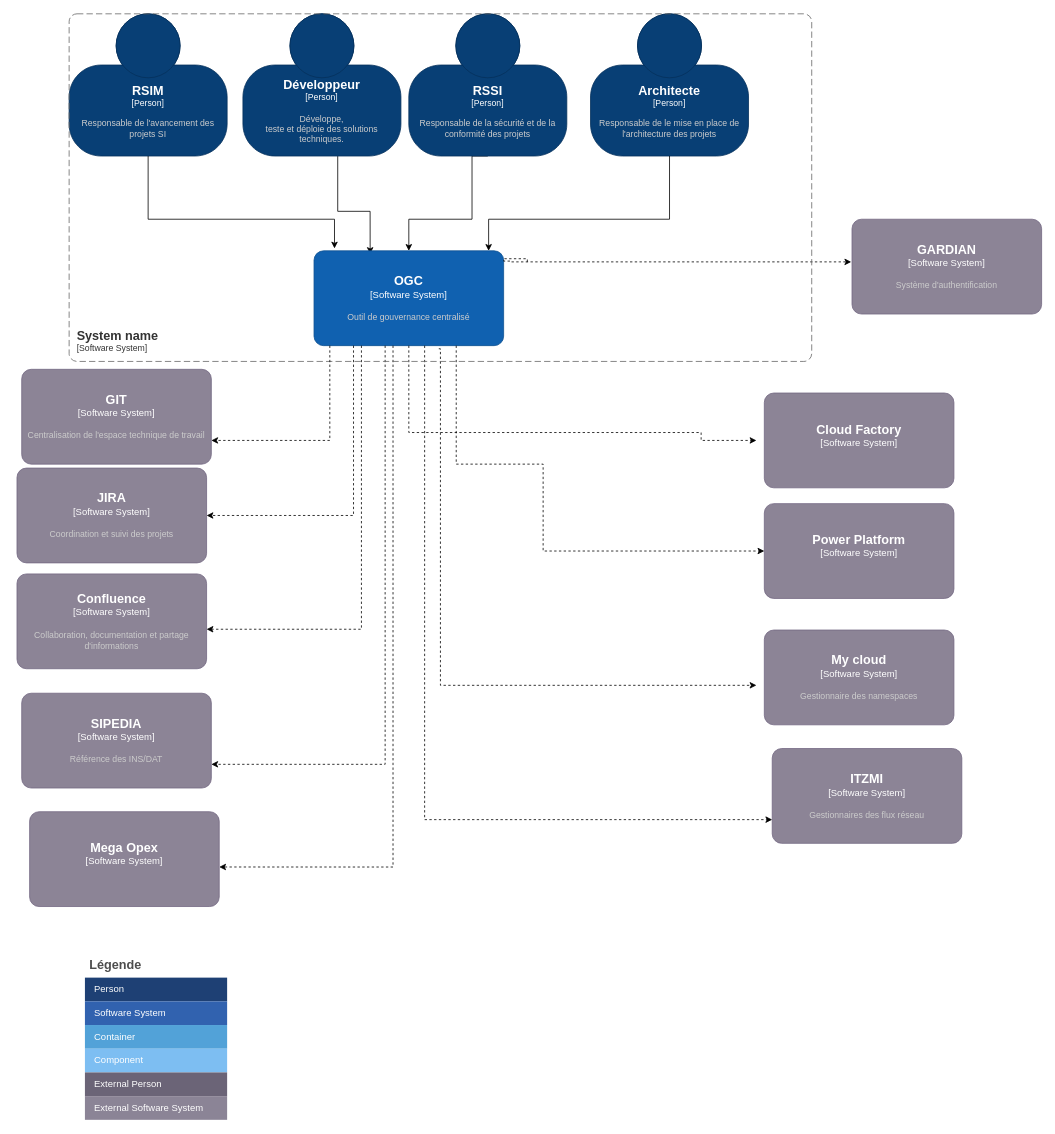
marwaSahli/c4-diagrams keeps this draw.io diagram as page "context" (2 of 3) of containers-diagram.drawio. Above is the earlier version. Source tidied: cells renumbered, new cells numbered last; positions are measured from the earlier drawing's top-left corner, leaving out a move shared by most shapes. Both pictures are drawn from the tidied source at 79%, with x=0, y=0 at pixel (17, 13).
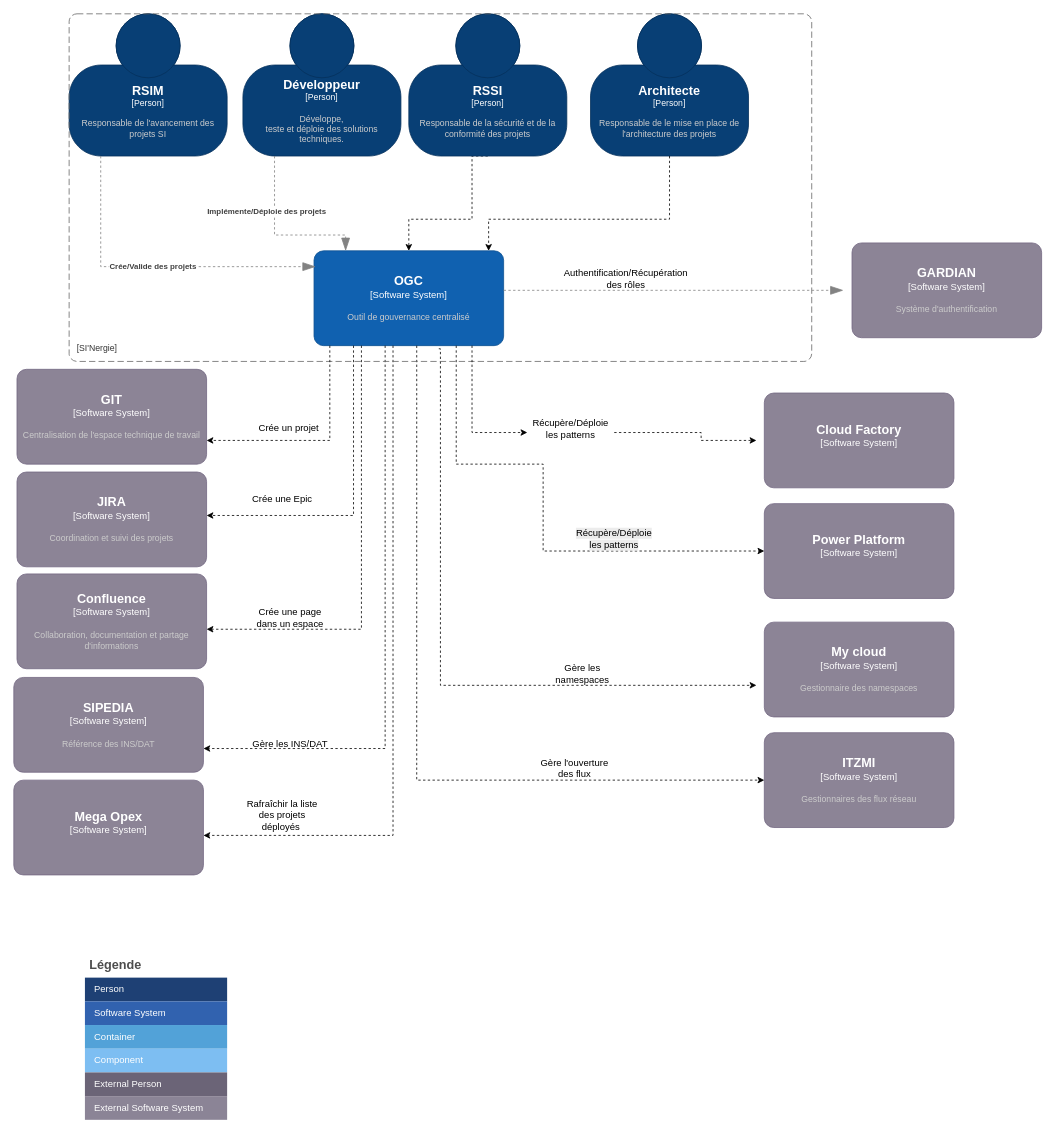
The same diagram, later.

The change refers to these unchanged cells:
```xml
<object id="2" label="&lt;font style=&quot;font-size: 16px&quot;&gt;&lt;b&gt;%c4Name%&lt;/b&gt;&lt;/font&gt;&lt;div&gt;[%c4Type%]&lt;/div&gt;&lt;br&gt;&lt;div&gt;&lt;font style=&quot;font-size: 11px&quot;&gt;&lt;font color=&quot;#cccccc&quot;&gt;%c4Description%&lt;/font&gt;&lt;/div&gt;" c4Description="Responsable de l'avancement des projets SI" c4Name="RSIM " c4Type="Person" placeholders="1">
  <mxCell style="html=1;fontSize=11;dashed=0;whiteSpace=wrap;fillColor=#083F75;strokeColor=#06315C;fontColor=#ffffff;shape=mxgraph.c4.person2;align=center;points=[[0.5,0,0],[1,0.5,0],[1,0.75,0],[0.75,1,0],[0.5,1,0],[0.25,1,0],[0,0.75,0],[0,0.5,0]];" parent="1" vertex="1">
    <mxGeometry x="66" width="200" height="180" as="geometry" />
  </mxCell>
</object>
<object id="4" label="&lt;font style=&quot;font-size: 16px&quot;&gt;&lt;b&gt;%c4Name%&lt;/b&gt;&lt;/font&gt;&lt;div&gt;[%c4Type%]&lt;/div&gt;&lt;br&gt;&lt;div&gt;&lt;font style=&quot;font-size: 11px&quot;&gt;&lt;font color=&quot;#cccccc&quot;&gt;%c4Description%&lt;/font&gt;&lt;/div&gt;" c4Description="Développe, &#10;teste et déploie des solutions techniques." c4Name="Développeur" c4Type="Person" placeholders="1">
  <mxCell style="html=1;fontSize=11;dashed=0;whiteSpace=wrap;fillColor=#083F75;strokeColor=#06315C;fontColor=#ffffff;shape=mxgraph.c4.person2;align=center;points=[[0.5,0,0],[1,0.5,0],[1,0.75,0],[0.75,1,0],[0.5,1,0],[0.25,1,0],[0,0.75,0],[0,0.5,0]];" parent="1" vertex="1">
    <mxGeometry x="286" width="200" height="180" as="geometry" />
  </mxCell>
</object>
<object id="6" label="&lt;font style=&quot;font-size: 16px&quot;&gt;&lt;b&gt;%c4Name%&lt;/b&gt;&lt;/font&gt;&lt;div&gt;[%c4Type%]&lt;/div&gt;&lt;br&gt;&lt;div&gt;&lt;font style=&quot;font-size: 11px&quot;&gt;&lt;font color=&quot;#cccccc&quot;&gt;%c4Description%&lt;/font&gt;&lt;/div&gt;" c4Description="Responsable de la sécurité et de la conformité des projets" c4Name="RSSI" c4Type="Person" placeholders="1">
  <mxCell style="html=1;fontSize=11;dashed=0;whiteSpace=wrap;fillColor=#083F75;strokeColor=#06315C;fontColor=#ffffff;shape=mxgraph.c4.person2;align=center;points=[[0.5,0,0],[1,0.5,0],[1,0.75,0],[0.75,1,0],[0.5,1,0],[0.25,1,0],[0,0.75,0],[0,0.5,0]];" parent="1" vertex="1">
    <mxGeometry x="496" width="200" height="180" as="geometry" />
  </mxCell>
</object>
<object id="7" label="&lt;font style=&quot;font-size: 16px&quot;&gt;&lt;b&gt;%c4Name%&lt;/b&gt;&lt;/font&gt;&lt;div&gt;[%c4Type%]&lt;/div&gt;&lt;br&gt;&lt;div&gt;&lt;font style=&quot;font-size: 11px&quot;&gt;&lt;font color=&quot;#cccccc&quot;&gt;%c4Description%&lt;/font&gt;&lt;/div&gt;" c4Description="Responsable de le mise en place de l'architecture des projets" c4Name="Architecte" c4Type="Person" placeholders="1">
  <mxCell style="html=1;fontSize=11;dashed=0;whiteSpace=wrap;fillColor=#083F75;strokeColor=#06315C;fontColor=#ffffff;shape=mxgraph.c4.person2;align=center;points=[[0.5,0,0],[1,0.5,0],[1,0.75,0],[0.75,1,0],[0.5,1,0],[0.25,1,0],[0,0.75,0],[0,0.5,0]];" parent="1" vertex="1">
    <mxGeometry x="726" width="200" height="180" as="geometry" />
  </mxCell>
</object>
<object id="9" label="&lt;font style=&quot;font-size: 16px&quot;&gt;&lt;b&gt;%c4Name%&lt;/b&gt;&lt;/font&gt;&lt;div&gt;[%c4Type%]&lt;/div&gt;&lt;br&gt;&lt;div&gt;&lt;font style=&quot;font-size: 11px&quot;&gt;&lt;font color=&quot;#cccccc&quot;&gt;%c4Description%&lt;/font&gt;&lt;/div&gt;" c4Description="Outil de gouvernance centralisé" c4Name="OGC" c4Type="Software System" placeholders="1">
  <mxCell style="rounded=1;whiteSpace=wrap;html=1;labelBackgroundColor=none;fillColor=#1061B0;fontColor=#ffffff;align=center;arcSize=10;strokeColor=#0D5091;points=[[0.25,0,0],[0.5,0,0],[0.75,0,0],[1,0.25,0],[1,0.5,0],[1,0.75,0],[0.75,1,0],[0.5,1,0],[0.25,1,0],[0,0.75,0],[0,0.5,0],[0,0.25,0]];" parent="1" vertex="1">
    <mxGeometry x="376" y="300" width="240" height="120" as="geometry" />
  </mxCell>
</object>
```

What changed in the source:
```diff
@@
-    <mxCell id="3" style="edgeStyle=orthogonalEdgeStyle;rounded=0;jettySize=auto;html=1;entryX=0.296;entryY=0.033;entryDx=0;entryDy=0;entryPerimeter=0;" parent="1" edge="1" source="4" target="9">
-      <mxGeometry relative="1" as="geometry">
-        <Array as="points">
-          <mxPoint x="406" y="250" />
-          <mxPoint x="447" y="250" />
-        </Array>
-      </mxGeometry>
-    </mxCell>
@@
-    <mxCell id="5" style="edgeStyle=orthogonalEdgeStyle;rounded=0;jettySize=auto;html=1;exitX=0.5;exitY=1;exitDx=0;exitDy=0;exitPerimeter=0;" parent="1" edge="1" source="6" target="9">
+    <mxCell id="5" style="edgeStyle=orthogonalEdgeStyle;rounded=0;jettySize=auto;html=1;exitX=0.5;exitY=1;exitDx=0;exitDy=0;exitPerimeter=0;dashed=1;" parent="1" edge="1" source="6" target="9">
       <mxGeometry relative="1" as="geometry">
         <Array as="points">
           <mxPoint x="576" y="180" />
           <mxPoint x="576" y="260" />
           <mxPoint x="496" y="260" />
         </Array>
       </mxGeometry>
     </mxCell>
@@
     <object id="10" label="&lt;font style=&quot;font-size: 16px&quot;&gt;&lt;b&gt;%c4Name%&lt;/b&gt;&lt;/font&gt;&lt;div&gt;[%c4Type%]&lt;/div&gt;&lt;br&gt;&lt;div&gt;&lt;font style=&quot;font-size: 11px&quot;&gt;&lt;font color=&quot;#cccccc&quot;&gt;%c4Description%&lt;/font&gt;&lt;/div&gt;" c4Description="Système d'authentification" c4Name="GARDIAN" c4Type="Software System" placeholders="1">
       <mxCell style="rounded=1;whiteSpace=wrap;html=1;labelBackgroundColor=none;fillColor=#8C8496;fontColor=#ffffff;align=center;arcSize=10;strokeColor=#736782;" parent="1" vertex="1">
-        <mxGeometry x="1057" y="260" width="240" height="120" as="geometry" />
+        <mxGeometry x="1057" y="290" width="240" height="120" as="geometry" />
       </mxCell>
     </object>
     <object id="11" label="&lt;font style=&quot;font-size: 16px&quot;&gt;&lt;b&gt;%c4Name%&lt;/b&gt;&lt;/font&gt;&lt;div&gt;[%c4Type%]&lt;/div&gt;&lt;br&gt;&lt;div&gt;&lt;font style=&quot;font-size: 11px&quot;&gt;&lt;font color=&quot;#cccccc&quot;&gt;%c4Description%&lt;/font&gt;&lt;/div&gt;" c4Description="Centralisation de l'espace technique de travail" c4Name="GIT" c4Type="Software System" placeholders="1">
       <mxCell style="rounded=1;whiteSpace=wrap;html=1;labelBackgroundColor=none;fillColor=#8C8496;fontColor=#ffffff;align=center;arcSize=10;strokeColor=#736782;points=[[0.25,0,0],[0.5,0,0],[0.75,0,0],[1,0.25,0],[1,0.5,0],[1,0.75,0],[0.75,1,0],[0.5,1,0],[0.25,1,0],[0,0.75,0],[0,0.5,0],[0,0.25,0]];" parent="1" vertex="1">
-        <mxGeometry x="6" y="450" width="240" height="120" as="geometry" />
+        <mxGeometry y="450" width="240" height="120" as="geometry" />
       </mxCell>
     </object>
     <object id="12" label="&lt;font style=&quot;font-size: 16px&quot;&gt;&lt;b&gt;%c4Name%&lt;/b&gt;&lt;/font&gt;&lt;div&gt;[%c4Type%]&lt;/div&gt;&lt;br&gt;&lt;div&gt;&lt;font style=&quot;font-size: 11px&quot;&gt;&lt;font color=&quot;#cccccc&quot;&gt;%c4Description%&lt;/font&gt;&lt;/div&gt;" c4Description="Coordination et suivi des projets" c4Name="JIRA" c4Type="Software System" placeholders="1">
       <mxCell style="rounded=1;whiteSpace=wrap;html=1;labelBackgroundColor=none;fillColor=#8C8496;fontColor=#ffffff;align=center;arcSize=10;strokeColor=#736782;points=[[0.25,0,0],[0.5,0,0],[0.75,0,0],[1,0.25,0],[1,0.5,0],[1,0.75,0],[0.75,1,0],[0.5,1,0],[0.25,1,0],[0,0.75,0],[0,0.5,0],[0,0.25,0]];" parent="1" vertex="1">
-        <mxGeometry y="575" width="240" height="120" as="geometry" />
+        <mxGeometry y="580" width="240" height="120" as="geometry" />
       </mxCell>
     </object>
@@
     <object id="14" label="&lt;font style=&quot;font-size: 16px&quot;&gt;&lt;b&gt;%c4Name%&lt;/b&gt;&lt;/font&gt;&lt;div&gt;[%c4Type%]&lt;/div&gt;&lt;br&gt;&lt;div&gt;&lt;font style=&quot;font-size: 11px&quot;&gt;&lt;font color=&quot;#cccccc&quot;&gt;%c4Description%&lt;/font&gt;&lt;/div&gt;" c4Description="Gestionnaire des namespaces" c4Name="My cloud" c4Type="Software System" placeholders="1">
       <mxCell style="rounded=1;whiteSpace=wrap;html=1;labelBackgroundColor=none;fillColor=#8C8496;fontColor=#ffffff;align=center;arcSize=10;strokeColor=#736782;" parent="1" vertex="1">
-        <mxGeometry x="946" y="780" width="240" height="120" as="geometry" />
+        <mxGeometry x="946" y="770" width="240" height="120" as="geometry" />
       </mxCell>
     </object>
@@
     <object id="17" label="&lt;font style=&quot;font-size: 16px&quot;&gt;&lt;b&gt;%c4Name%&lt;/b&gt;&lt;/font&gt;&lt;div&gt;[%c4Type%]&lt;/div&gt;&lt;br&gt;&lt;div&gt;&lt;font style=&quot;font-size: 11px&quot;&gt;&lt;font color=&quot;#cccccc&quot;&gt;%c4Description%&lt;/font&gt;&lt;/div&gt;" c4Description="Référence des INS/DAT" c4Name="SIPEDIA" c4Type="Software System" placeholders="1">
       <mxCell style="rounded=1;whiteSpace=wrap;html=1;labelBackgroundColor=none;fillColor=#8C8496;fontColor=#ffffff;align=center;arcSize=10;strokeColor=#736782;points=[[0.25,0,0],[0.5,0,0],[0.75,0,0],[1,0.25,0],[1,0.5,0],[1,0.75,0],[0.75,1,0],[0.5,1,0],[0.25,1,0],[0,0.75,0],[0,0.5,0],[0,0.25,0]];" parent="1" vertex="1">
-        <mxGeometry x="6" y="860" width="240" height="120" as="geometry" />
+        <mxGeometry x="-4" y="840" width="240" height="120" as="geometry" />
       </mxCell>
     </object>
     <object id="18" label="&lt;font style=&quot;font-size: 16px&quot;&gt;&lt;b&gt;%c4Name%&lt;/b&gt;&lt;/font&gt;&lt;div&gt;[%c4Type%]&lt;/div&gt;&lt;br&gt;&lt;div&gt;&lt;font style=&quot;font-size: 11px&quot;&gt;&lt;font color=&quot;#cccccc&quot;&gt;%c4Description%&lt;/font&gt;&lt;/div&gt;" c4Description="" c4Name="Mega Opex" c4Type="Software System" placeholders="1">
       <mxCell style="rounded=1;whiteSpace=wrap;html=1;labelBackgroundColor=none;fillColor=#8C8496;fontColor=#ffffff;align=center;arcSize=10;strokeColor=#736782;points=[[0.25,0,0],[0.5,0,0],[0.75,0,0],[1,0.25,0],[1,0.5,0],[1,0.75,0],[0.75,1,0],[0.5,1,0],[0.25,1,0],[0,0.75,0],[0,0.5,0],[0,0.25,0]];" parent="1" vertex="1">
-        <mxGeometry x="16" y="1010" width="240" height="120" as="geometry" />
+        <mxGeometry x="-4" y="970" width="240" height="120" as="geometry" />
       </mxCell>
     </object>
     <object id="19" label="&lt;font style=&quot;font-size: 16px&quot;&gt;&lt;b&gt;%c4Name%&lt;/b&gt;&lt;/font&gt;&lt;div&gt;[%c4Type%]&lt;/div&gt;&lt;br&gt;&lt;div&gt;&lt;font style=&quot;font-size: 11px&quot;&gt;&lt;font color=&quot;#cccccc&quot;&gt;%c4Description%&lt;/font&gt;&lt;/div&gt;" c4Description="Gestionnaires des flux réseau" c4Name="ITZMI" c4Type="Software System" placeholders="1">
       <mxCell style="rounded=1;whiteSpace=wrap;html=1;labelBackgroundColor=none;fillColor=#8C8496;fontColor=#ffffff;align=center;arcSize=10;strokeColor=#736782;points=[[0.25,0,0],[0.5,0,0],[0.75,0,0],[1,0.25,0],[1,0.5,0],[1,0.75,0],[0.75,1,0],[0.5,1,0],[0.25,1,0],[0,0.75,0],[0,0.5,0],[0,0.25,0]];" parent="1" vertex="1">
-        <mxGeometry x="956" y="930" width="240" height="120" as="geometry" />
+        <mxGeometry x="946" y="910" width="240" height="120" as="geometry" />
       </mxCell>
     </object>
-    <mxCell id="20" style="edgeStyle=orthogonalEdgeStyle;rounded=0;orthogonalLoop=1;jettySize=auto;html=1;dashed=1;" parent="1" edge="1">
-      <mxGeometry relative="1" as="geometry">
-        <mxPoint x="646" y="314" as="sourcePoint" />
-        <mxPoint x="1056" y="314" as="targetPoint" />
-        <Array as="points">
-          <mxPoint x="616" y="310" />
-          <mxPoint x="616" y="313" />
-          <mxPoint x="626" y="313" />
-          <mxPoint x="626" y="314" />
-        </Array>
-      </mxGeometry>
-    </mxCell>
-    <mxCell id="21" style="edgeStyle=orthogonalEdgeStyle;rounded=0;jettySize=auto;html=1;dashed=1;" parent="1" edge="1" source="9">
+    <mxCell id="21" style="edgeStyle=orthogonalEdgeStyle;rounded=0;jettySize=auto;html=1;dashed=1;" parent="1" edge="1" source="49">
       <mxGeometry relative="1" as="geometry">
         <mxPoint x="936" y="540" as="targetPoint" />
         <Array as="points">
-          <mxPoint x="496" y="530" />
           <mxPoint x="866" y="530" />
           <mxPoint x="866" y="540" />
         </Array>
       </mxGeometry>
     </mxCell>
     <mxCell id="22" style="edgeStyle=orthogonalEdgeStyle;rounded=0;jettySize=auto;html=1;entryX=1;entryY=0.75;entryDx=0;entryDy=0;entryPerimeter=0;dashed=1;" parent="1" edge="1" target="17">
       <mxGeometry relative="1" as="geometry">
         <mxPoint x="466" y="420" as="sourcePoint" />
         <Array as="points">
-          <mxPoint x="466" y="950" />
+          <mxPoint x="466" y="930" />
         </Array>
       </mxGeometry>
     </mxCell>
@@
-    <mxCell id="25" style="edgeStyle=orthogonalEdgeStyle;rounded=0;jettySize=auto;html=1;entryX=0.108;entryY=-0.025;entryDx=0;entryDy=0;entryPerimeter=0;" parent="1" edge="1" source="2" target="9">
-      <mxGeometry relative="1" as="geometry">
-        <Array as="points">
-          <mxPoint x="166" y="260" />
-          <mxPoint x="402" y="260" />
-        </Array>
-      </mxGeometry>
-    </mxCell>
@@
-    <mxCell id="39" style="edgeStyle=orthogonalEdgeStyle;rounded=0;jettySize=auto;html=1;entryX=1;entryY=0.5;entryDx=0;entryDy=0;entryPerimeter=0;dashed=1;" parent="1" edge="1" target="12">
+    <mxCell id="39" style="edgeStyle=orthogonalEdgeStyle;rounded=0;jettySize=auto;html=1;dashed=1;" parent="1" edge="1" target="12">
       <mxGeometry relative="1" as="geometry">
         <mxPoint x="426" y="420" as="sourcePoint" />
         <Array as="points">
           <mxPoint x="426" y="635" />
         </Array>
       </mxGeometry>
     </mxCell>
@@
     <mxCell id="41" style="edgeStyle=orthogonalEdgeStyle;rounded=0;jettySize=auto;html=1;entryX=1;entryY=0.583;entryDx=0;entryDy=0;entryPerimeter=0;dashed=1;" parent="1" edge="1" source="9" target="18">
       <mxGeometry relative="1" as="geometry">
         <Array as="points">
-          <mxPoint x="476" y="1080" />
+          <mxPoint x="476" y="1040" />
         </Array>
       </mxGeometry>
     </mxCell>
-    <mxCell id="42" style="edgeStyle=orthogonalEdgeStyle;rounded=0;jettySize=auto;html=1;entryX=0;entryY=0.75;entryDx=0;entryDy=0;entryPerimeter=0;dashed=1;" parent="1" edge="1" source="9" target="19">
+    <mxCell id="42" style="edgeStyle=orthogonalEdgeStyle;rounded=0;jettySize=auto;html=1;dashed=1;" parent="1" edge="1" target="19">
       <mxGeometry relative="1" as="geometry">
+        <mxPoint x="506" y="420" as="sourcePoint" />
         <Array as="points">
-          <mxPoint x="516" y="1020" />
+          <mxPoint x="506" y="970" />
         </Array>
       </mxGeometry>
     </mxCell>
-    <mxCell id="43" style="edgeStyle=orthogonalEdgeStyle;rounded=0;jettySize=auto;html=1;exitX=0.5;exitY=1;exitDx=0;exitDy=0;exitPerimeter=0;entryX=0.921;entryY=0;entryDx=0;entryDy=0;entryPerimeter=0;" parent="1" edge="1" source="7" target="9">
+    <mxCell id="43" style="edgeStyle=orthogonalEdgeStyle;rounded=0;jettySize=auto;html=1;exitX=0.5;exitY=1;exitDx=0;exitDy=0;exitPerimeter=0;entryX=0.921;entryY=0;entryDx=0;entryDy=0;entryPerimeter=0;dashed=1;" parent="1" edge="1" source="7" target="9">
       <mxGeometry relative="1" as="geometry">
         <Array as="points">
           <mxPoint x="826" y="260" />
           <mxPoint x="597" y="260" />
         </Array>
       </mxGeometry>
     </mxCell>
-    <object id="44" label="&lt;font style=&quot;font-size: 16px&quot;&gt;&lt;b&gt;&lt;div style=&quot;text-align: left&quot;&gt;%c4Name%&lt;/div&gt;&lt;/b&gt;&lt;/font&gt;&lt;div style=&quot;text-align: left&quot;&gt;[%c4Application%]&lt;/div&gt;" c4Application="Software System" c4Name="System name" placeholders="1">
+    <object id="44" label="&lt;font style=&quot;font-size: 16px&quot;&gt;&lt;b&gt;&lt;div style=&quot;text-align: left&quot;&gt;%c4Name%&lt;/div&gt;&lt;/b&gt;&lt;/font&gt;&lt;div style=&quot;text-align: left&quot;&gt;[%c4Application%]&lt;/div&gt;" c4Application="SI'Nergie" c4Name="" placeholders="1">
       <mxCell style="rounded=1;fontSize=11;whiteSpace=wrap;html=1;dashed=1;arcSize=20;fillColor=none;strokeColor=#666666;fontColor=#333333;labelBackgroundColor=none;align=left;verticalAlign=bottom;labelBorderColor=none;spacingTop=0;spacing=10;dashPattern=8 4;perimeter=rectanglePerimeter;noLabel=0;labelPadding=0;absoluteArcSize=1;" parent="1" vertex="1">
         <mxGeometry x="66" width="940" height="440" as="geometry" />
       </mxCell>
     </object>
@@
+    <object id="46" label="&lt;div style=&quot;text-align: left&quot;&gt;&lt;div style=&quot;text-align: center&quot;&gt;&lt;b&gt;%c4Description%&lt;/b&gt;&lt;/div&gt;" c4Description="Crée/Valide des projets" placeholders="1">
+      <mxCell style="endArrow=blockThin;html=1;fontSize=10;fontColor=#404040;strokeWidth=1;endFill=1;strokeColor=#828282;elbow=vertical;endSize=14;startSize=14;jumpStyle=arc;jumpSize=16;rounded=0;edgeStyle=orthogonalEdgeStyle;entryX=0.008;entryY=0.167;entryDx=0;entryDy=0;entryPerimeter=0;dashed=1;" parent="1" edge="1" target="9">
+        <mxGeometry relative="1" as="geometry">
+          <mxPoint x="106" y="180" as="sourcePoint" />
+          <Array as="points">
+            <mxPoint x="106" y="320" />
+          </Array>
+        </mxGeometry>
+      </mxCell>
+    </object>
+    <object id="47" label="&lt;div style=&quot;text-align: left&quot;&gt;&lt;div style=&quot;text-align: center&quot;&gt;&lt;b&gt;%c4Description%&lt;/b&gt;&lt;/div&gt;" c4Description="Implémente/Déploie des projets" placeholders="1">
+      <mxCell style="endArrow=blockThin;html=1;fontSize=10;fontColor=#404040;strokeWidth=1;endFill=1;strokeColor=#828282;elbow=vertical;endSize=14;startSize=14;jumpStyle=arc;jumpSize=16;rounded=0;edgeStyle=orthogonalEdgeStyle;dashed=1;" parent="1" edge="1">
+        <mxGeometry x="-0.33" y="-10" relative="1" as="geometry">
+          <mxPoint x="326" y="180" as="sourcePoint" />
+          <mxPoint x="416" y="300" as="targetPoint" />
+          <Array as="points">
+            <mxPoint x="326" y="280" />
+            <mxPoint x="416" y="280" />
+          </Array>
+        </mxGeometry>
+      </mxCell>
+    </object>
+    <mxCell id="48" style="edgeStyle=orthogonalEdgeStyle;rounded=0;jettySize=auto;html=1;dashed=1;" parent="1" edge="1" source="9" target="49">
+      <mxGeometry relative="1" as="geometry">
+        <Array as="points">
+          <mxPoint x="576" y="530" />
+        </Array>
+      </mxGeometry>
+    </mxCell>
+    <mxCell id="49" value="Récupère/Déploie les patterns" style="text;html=1;whiteSpace=wrap;strokeColor=none;fillColor=none;align=center;verticalAlign=middle;rounded=0;" parent="1" vertex="1">
+      <mxGeometry x="646" y="510" width="110" height="30" as="geometry" />
+    </mxCell>
+    <mxCell id="50" value="Authentification/Récupération des rôles" style="text;html=1;whiteSpace=wrap;strokeColor=none;fillColor=none;align=center;verticalAlign=middle;rounded=0;" parent="1" vertex="1">
+      <mxGeometry x="716" y="320" width="110" height="30" as="geometry" />
+    </mxCell>
+    <mxCell id="51" style="endArrow=blockThin;html=1;fontSize=10;fontColor=#404040;strokeWidth=1;endFill=1;strokeColor=#828282;elbow=vertical;endSize=14;startSize=14;jumpStyle=arc;jumpSize=16;rounded=0;edgeStyle=orthogonalEdgeStyle;dashed=1;" parent="1" edge="1">
+      <mxGeometry relative="1" as="geometry">
+        <mxPoint x="616" y="350" as="sourcePoint" />
+        <mxPoint x="1046" y="350" as="targetPoint" />
+      </mxGeometry>
+    </mxCell>
+    <mxCell id="52" value="&lt;span style=&quot;color: rgb(0, 0, 0); font-family: Helvetica; font-size: 12px; font-style: normal; font-variant-ligatures: normal; font-variant-caps: normal; font-weight: 400; letter-spacing: normal; orphans: 2; text-align: center; text-indent: 0px; text-transform: none; widows: 2; word-spacing: 0px; -webkit-text-stroke-width: 0px; white-space: normal; background-color: rgb(236, 236, 236); text-decoration-thickness: initial; text-decoration-style: initial; text-decoration-color: initial; display: inline !important; float: none;&quot;&gt;Récupère/Déploie les patterns&lt;/span&gt;" style="text;html=1;whiteSpace=wrap;strokeColor=none;fillColor=none;align=center;verticalAlign=middle;rounded=0;" parent="1" vertex="1">
+      <mxGeometry x="726" y="650" width="60" height="30" as="geometry" />
+    </mxCell>
+    <mxCell id="53" value="Gère les namespaces" style="text;html=1;whiteSpace=wrap;strokeColor=none;fillColor=none;align=center;verticalAlign=middle;rounded=0;" parent="1" vertex="1">
+      <mxGeometry x="666" y="820" width="100" height="30" as="geometry" />
+    </mxCell>
+    <mxCell id="54" value="Gère l'ouverture des flux" style="text;html=1;whiteSpace=wrap;strokeColor=none;fillColor=none;align=center;verticalAlign=middle;rounded=0;" parent="1" vertex="1">
+      <mxGeometry x="656" y="940" width="100" height="30" as="geometry" />
+    </mxCell>
+    <mxCell id="55" value="Crée un projet&amp;nbsp;" style="text;html=1;whiteSpace=wrap;strokeColor=none;fillColor=none;align=center;verticalAlign=middle;rounded=0;" parent="1" vertex="1">
+      <mxGeometry x="296" y="510" width="100" height="30" as="geometry" />
+    </mxCell>
+    <mxCell id="56" value="Crée une Epic" style="text;html=1;whiteSpace=wrap;strokeColor=none;fillColor=none;align=center;verticalAlign=middle;rounded=0;" parent="1" vertex="1">
+      <mxGeometry x="286" y="600" width="100" height="30" as="geometry" />
+    </mxCell>
+    <mxCell id="57" value="Crée une page dans un espace" style="text;html=1;whiteSpace=wrap;strokeColor=none;fillColor=none;align=center;verticalAlign=middle;rounded=0;" parent="1" vertex="1">
+      <mxGeometry x="296" y="750" width="100" height="30" as="geometry" />
+    </mxCell>
+    <mxCell id="58" value="Gère les INS/DAT" style="text;html=1;whiteSpace=wrap;strokeColor=none;fillColor=none;align=center;verticalAlign=middle;rounded=0;" parent="1" vertex="1">
+      <mxGeometry x="296" y="910" width="100" height="30" as="geometry" />
+    </mxCell>
+    <mxCell id="59" value="Rafraîchir la liste des projets déployés&amp;nbsp;" style="text;html=1;whiteSpace=wrap;strokeColor=none;fillColor=none;align=center;verticalAlign=middle;rounded=0;" parent="1" vertex="1">
+      <mxGeometry x="286" y="1000" width="100" height="30" as="geometry" />
+    </mxCell>
```
